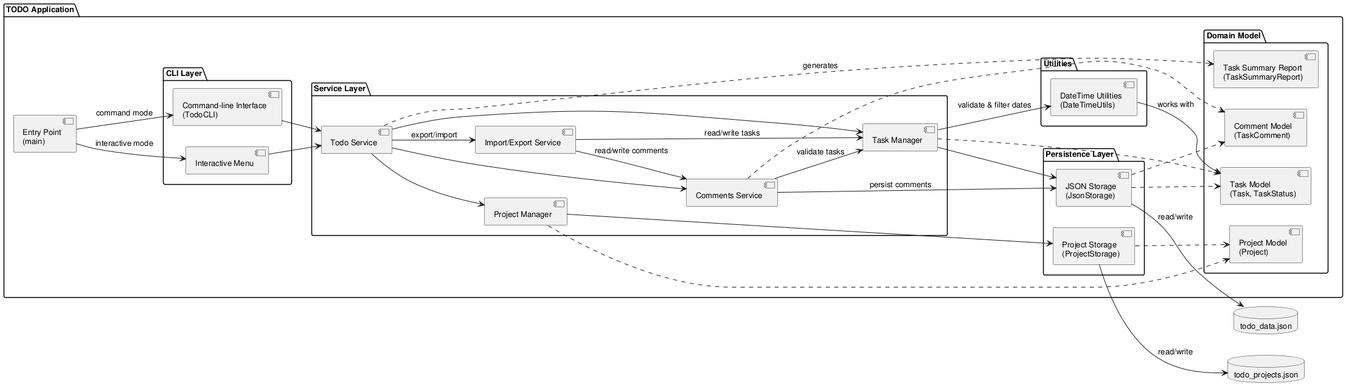
Above: experiments/supervisor_as_tools/user_stories/TODO/artifacts/component_diagram.png in DanielRiha8906/Software_autoevolution_using_agents (PlantUML), before the change.
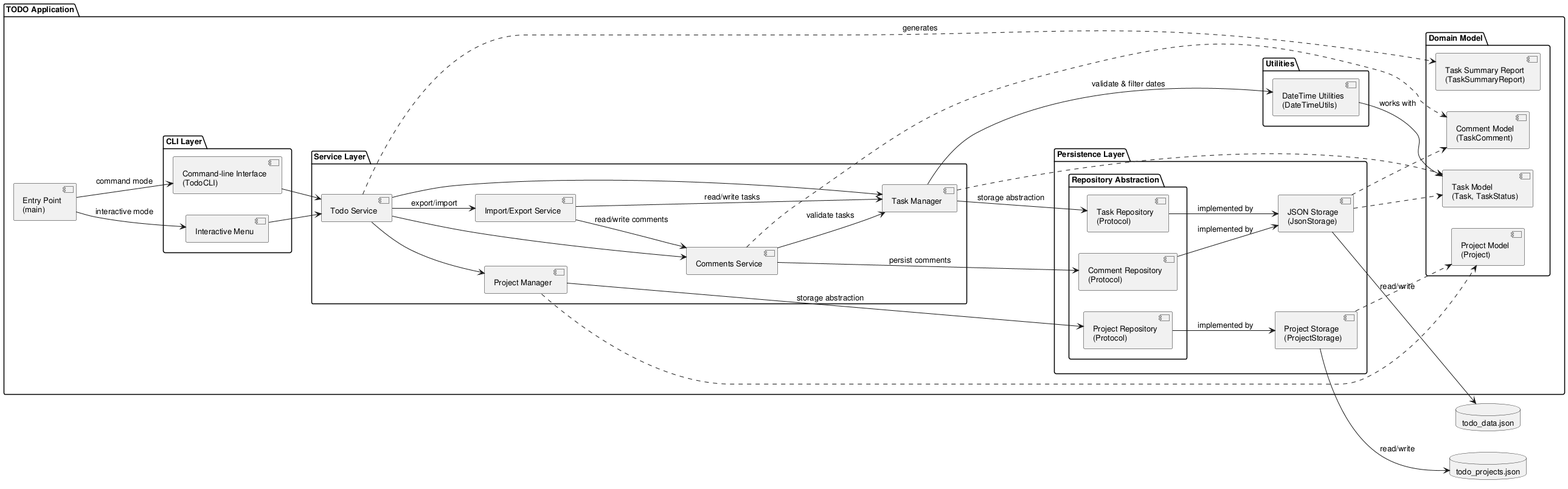
The same file after the commit.

Diff of the diagram source:
```diff
@@ -34,6 +34,12 @@
     }
 
     package "Persistence Layer" {
+        package "Repository Abstraction" {
+            component "Task Repository\n(Protocol)" as TaskRepo
+            component "Comment Repository\n(Protocol)" as CommentRepo
+            component "Project Repository\n(Protocol)" as ProjectRepo
+        }
+
         component "JSON Storage\n(JsonStorage)" as Storage
         component "Project Storage\n(ProjectStorage)" as ProjectStore
     }
@@ -57,15 +63,19 @@
 IMPEXP --> MGR : read/write tasks
 IMPEXP --> CMT : read/write comments
 
-MGR --> Storage
+MGR --> TaskRepo : storage abstraction
 MGR --> DTUtils : validate & filter dates
 MGR ..> Model
-PMGR --> ProjectStore
+PMGR --> ProjectRepo : storage abstraction
 PMGR ..> ProjectModel
 
-CMT --> Storage : persist comments
+CMT --> CommentRepo : persist comments
 CMT --> MGR : validate tasks
 CMT ..> CommentModel
+
+TaskRepo --> Storage : implemented by
+CommentRepo --> Storage : implemented by
+ProjectRepo --> ProjectStore : implemented by
 
 Storage ..> Model
 Storage ..> CommentModel
```
